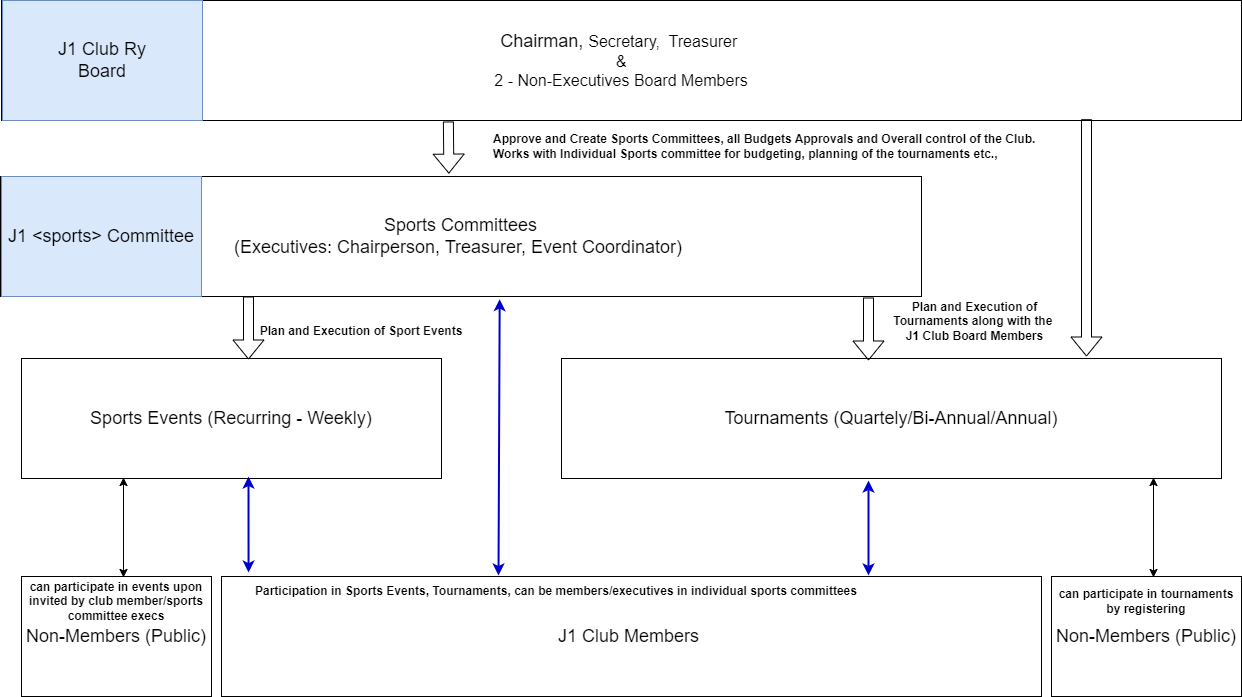
Above: docs/org-structure.drawio.png in j1clubry/j1club-docs-site (draw.io), before the change. Source tidied: cells renumbered, new cells last; positions are measured from the earlier drawing's top-left corner, leaving out a move shared by most shapes. Its diagram source:
```xml
<mxGraphModel>
  <root>
    <mxCell id="0" />
    <mxCell id="1" parent="0" />
    <mxCell id="2" value="&lt;font style=&quot;font-size: 18px;&quot;&gt;Chairman,&amp;nbsp;&lt;/font&gt;&lt;font style=&quot;background-color: initial;&quot; size=&quot;3&quot;&gt;Secretary,&amp;nbsp;&amp;nbsp;&lt;/font&gt;&lt;span style=&quot;background-color: initial; font-size: medium;&quot;&gt;Treasurer&amp;nbsp;&lt;/span&gt;&lt;div&gt;&lt;span style=&quot;background-color: initial; font-size: medium;&quot;&gt;&amp;amp;&lt;/span&gt;&lt;/div&gt;&lt;div&gt;&lt;div&gt;&lt;font size=&quot;3&quot;&gt;2 - Non-Executives Board Members&lt;/font&gt;&lt;/div&gt;&lt;/div&gt;" style="rounded=0;whiteSpace=wrap;html=1;" parent="1" vertex="1">
      <mxGeometry x="1" width="1240" height="120" as="geometry" />
    </mxCell>
    <mxCell id="3" value="&lt;span style=&quot;font-size: 18px;&quot;&gt;Sports Committees&lt;/span&gt;&lt;div&gt;&lt;span style=&quot;font-size: 18px;&quot;&gt;(Executives: Chairperson, Treasurer, Event Coordinator)&amp;nbsp;&lt;/span&gt;&lt;/div&gt;" style="rounded=0;whiteSpace=wrap;html=1;" parent="1" vertex="1">
      <mxGeometry y="176" width="921" height="120" as="geometry" />
    </mxCell>
    <mxCell id="4" value="&lt;span style=&quot;font-size: 18px;&quot;&gt;Sports Events (Recurring - Weekly)&lt;/span&gt;" style="rounded=0;whiteSpace=wrap;html=1;" parent="1" vertex="1">
      <mxGeometry x="21" y="358" width="420" height="120" as="geometry" />
    </mxCell>
    <mxCell id="5" value="&lt;span style=&quot;font-size: 18px;&quot;&gt;Tournaments (Quartely/Bi-Annual/Annual)&lt;/span&gt;" style="rounded=0;whiteSpace=wrap;html=1;" parent="1" vertex="1">
      <mxGeometry x="561" y="358" width="660" height="120" as="geometry" />
    </mxCell>
    <mxCell id="6" value="&lt;span style=&quot;font-size: 18px;&quot;&gt;J1 Club Members&amp;nbsp;&lt;/span&gt;" style="rounded=0;whiteSpace=wrap;html=1;" parent="1" vertex="1">
      <mxGeometry x="221" y="576" width="820" height="120" as="geometry" />
    </mxCell>
    <mxCell id="7" style="shape=flexArrow;endArrow=classic;html=1;rounded=0;entryX=0.489;entryY=-0.024;entryDx=0;entryDy=0;entryPerimeter=0;exitX=0.362;exitY=1.008;exitDx=0;exitDy=0;exitPerimeter=0;" parent="1" edge="1">
      <mxGeometry relative="1" as="geometry">
        <mxPoint x="447.9" y="121" as="sourcePoint" />
        <mxPoint x="448.4" y="173.1" as="targetPoint" />
      </mxGeometry>
    </mxCell>
    <mxCell id="8" style="shape=flexArrow;endArrow=classic;html=1;rounded=0;" parent="1" edge="1">
      <mxGeometry relative="1" as="geometry">
        <mxPoint x="248" y="296" as="sourcePoint" />
        <mxPoint x="248" y="359" as="targetPoint" />
      </mxGeometry>
    </mxCell>
    <mxCell id="9" style="shape=flexArrow;endArrow=classic;html=1;rounded=0;exitX=0.875;exitY=0.989;exitDx=0;exitDy=0;exitPerimeter=0;" parent="1" edge="1" source="2">
      <mxGeometry relative="1" as="geometry">
        <mxPoint x="1086" y="356" as="targetPoint" />
      </mxGeometry>
    </mxCell>
    <mxCell id="10" style="shape=flexArrow;endArrow=classic;html=1;rounded=0;" parent="1" edge="1">
      <mxGeometry relative="1" as="geometry">
        <mxPoint x="868" y="297" as="sourcePoint" />
        <mxPoint x="868" y="360" as="targetPoint" />
      </mxGeometry>
    </mxCell>
    <mxCell id="11" value="&lt;span style=&quot;font-size: 18px;&quot;&gt;J1 Club Ry&lt;/span&gt;&lt;div&gt;&lt;span style=&quot;font-size: 18px;&quot;&gt;Board&lt;/span&gt;&lt;/div&gt;" style="rounded=0;whiteSpace=wrap;html=1;fillColor=#dae8fc;strokeColor=#6c8ebf;" parent="1" vertex="1">
      <mxGeometry x="2" width="200" height="120" as="geometry" />
    </mxCell>
    <mxCell id="12" value="&lt;span style=&quot;font-size: 18px;&quot;&gt;J1 &amp;lt;sports&amp;gt; Committee&lt;/span&gt;" style="rounded=0;whiteSpace=wrap;html=1;fillColor=#dae8fc;strokeColor=#6c8ebf;" parent="1" vertex="1">
      <mxGeometry x="1" y="176" width="200" height="120" as="geometry" />
    </mxCell>
    <mxCell id="13" style="endArrow=classic;startArrow=classic;html=1;rounded=0;exitX=0.033;exitY=-0.033;exitDx=0;exitDy=0;exitPerimeter=0;strokeColor=#0000CC;jumpSize=24;endSize=6;startSize=6;strokeWidth=2;" parent="1" edge="1" source="6">
      <mxGeometry relative="1" as="geometry">
        <mxPoint x="248" y="476" as="targetPoint" />
      </mxGeometry>
    </mxCell>
    <mxCell id="14" style="endArrow=classic;startArrow=classic;html=1;rounded=0;exitX=0.199;exitY=-0.005;exitDx=0;exitDy=0;exitPerimeter=0;entryX=0.478;entryY=1.015;entryDx=0;entryDy=0;entryPerimeter=0;strokeColor=#0000CC;jumpSize=24;endSize=6;startSize=6;strokeWidth=2;" parent="1" edge="1">
      <mxGeometry relative="1" as="geometry">
        <mxPoint x="868" y="575" as="sourcePoint" />
        <mxPoint x="868" y="480" as="targetPoint" />
      </mxGeometry>
    </mxCell>
    <mxCell id="15" style="endArrow=classic;startArrow=classic;html=1;rounded=0;exitX=0.199;exitY=-0.005;exitDx=0;exitDy=0;exitPerimeter=0;entryX=0.542;entryY=1.022;entryDx=0;entryDy=0;entryPerimeter=0;strokeColor=#0000CC;jumpSize=24;endSize=6;startSize=6;strokeWidth=2;" parent="1" edge="1" target="3">
      <mxGeometry relative="1" as="geometry">
        <mxPoint x="498" y="575" as="sourcePoint" />
      </mxGeometry>
    </mxCell>
    <mxCell id="16" value="&lt;b&gt;Approve and Create Sports Committees,&amp;nbsp;&lt;/b&gt;&lt;b style=&quot;background-color: initial;&quot;&gt;all Budgets Approvals and Overall control of the Club.&amp;nbsp;&lt;/b&gt;&lt;div&gt;&lt;b&gt;Works with Individual Sports committee for budgeting, planning of the tournaments etc.,&lt;/b&gt;&lt;/div&gt;" style="text;html=1;align=left;verticalAlign=middle;whiteSpace=wrap;rounded=0;" parent="1" vertex="1">
      <mxGeometry x="491" y="131" width="580" height="30" as="geometry" />
    </mxCell>
    <mxCell id="17" value="&lt;b&gt;Plan and Execution of Sport Events&lt;/b&gt;" style="text;html=1;align=center;verticalAlign=middle;whiteSpace=wrap;rounded=0;" parent="1" vertex="1">
      <mxGeometry x="251" y="316" width="220" height="30" as="geometry" />
    </mxCell>
    <mxCell id="18" value="&lt;b&gt;Plan and Execution of Tournaments along with the&amp;nbsp;&lt;/b&gt;&lt;div&gt;&lt;b&gt;J1 Club Board Members&lt;/b&gt;&lt;/div&gt;" style="text;html=1;align=center;verticalAlign=middle;whiteSpace=wrap;rounded=0;" parent="1" vertex="1">
      <mxGeometry x="884" y="306" width="181" height="30" as="geometry" />
    </mxCell>
    <mxCell id="19" value="&lt;b&gt;Participation in Sports Events, Tournaments, can be members/executives in individual sports committees&lt;/b&gt;" style="text;html=1;align=center;verticalAlign=middle;whiteSpace=wrap;rounded=0;" parent="1" vertex="1">
      <mxGeometry x="201" y="576" width="710" height="30" as="geometry" />
    </mxCell>
    <mxCell id="20" value="&lt;span style=&quot;font-size: 18px;&quot;&gt;Non-Members (Public)&lt;/span&gt;" style="rounded=0;whiteSpace=wrap;html=1;" parent="1" vertex="1">
      <mxGeometry x="1051" y="576" width="190" height="120" as="geometry" />
    </mxCell>
    <mxCell id="21" value="&lt;span style=&quot;font-size: 18px;&quot;&gt;Non-Members (Public)&lt;/span&gt;" style="rounded=0;whiteSpace=wrap;html=1;" parent="1" vertex="1">
      <mxGeometry x="21" y="576" width="190" height="120" as="geometry" />
    </mxCell>
    <mxCell id="22" style="endArrow=classic;startArrow=classic;html=1;rounded=0;exitX=0.221;exitY=0.008;exitDx=0;exitDy=0;exitPerimeter=0;entryX=0.1;entryY=0.992;entryDx=0;entryDy=0;entryPerimeter=0;" parent="1" edge="1">
      <mxGeometry relative="1" as="geometry">
        <mxPoint x="123" y="577" as="sourcePoint" />
        <mxPoint x="123" y="477" as="targetPoint" />
      </mxGeometry>
    </mxCell>
    <mxCell id="23" style="endArrow=classic;startArrow=classic;html=1;rounded=0;exitX=0.221;exitY=0.008;exitDx=0;exitDy=0;exitPerimeter=0;entryX=0.1;entryY=0.992;entryDx=0;entryDy=0;entryPerimeter=0;" parent="1" edge="1">
      <mxGeometry relative="1" as="geometry">
        <mxPoint x="1153" y="577" as="sourcePoint" />
        <mxPoint x="1153" y="477" as="targetPoint" />
      </mxGeometry>
    </mxCell>
    <mxCell id="24" value="&lt;b&gt;can participate in events upon invited by club member/sports committee execs&lt;/b&gt;" style="text;html=1;align=center;verticalAlign=middle;whiteSpace=wrap;rounded=0;" parent="1" vertex="1">
      <mxGeometry x="11" y="586" width="210" height="30" as="geometry" />
    </mxCell>
    <mxCell id="25" value="&lt;b&gt;can participate in tournaments by registering&lt;/b&gt;" style="text;html=1;align=center;verticalAlign=middle;whiteSpace=wrap;rounded=0;" parent="1" vertex="1">
      <mxGeometry x="1051" y="586" width="190" height="30" as="geometry" />
    </mxCell>
  </root>
</mxGraphModel>
```
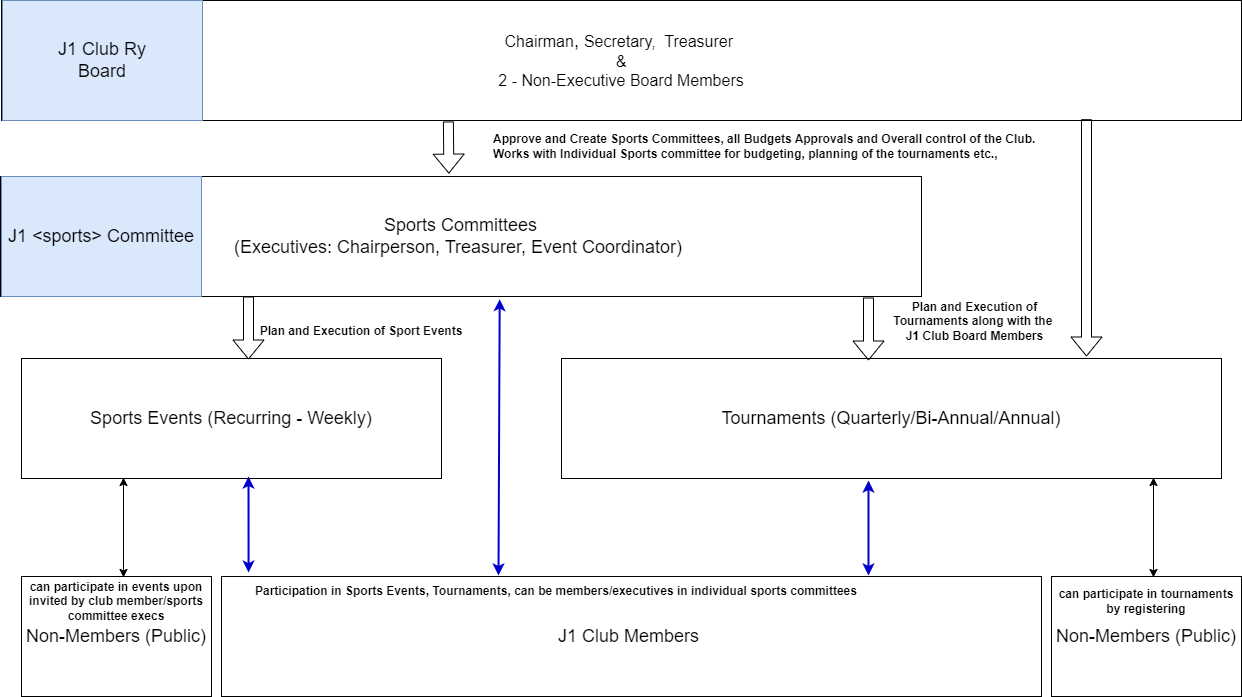
Above is the later version.

The edit, as a diff of the source:
```diff
@@ -2,7 +2,7 @@
   <root>
     <mxCell id="0" />
     <mxCell id="1" parent="0" />
-    <mxCell id="2" value="&lt;font style=&quot;font-size: 18px;&quot;&gt;Chairman,&amp;nbsp;&lt;/font&gt;&lt;font style=&quot;background-color: initial;&quot; size=&quot;3&quot;&gt;Secretary,&amp;nbsp;&amp;nbsp;&lt;/font&gt;&lt;span style=&quot;background-color: initial; font-size: medium;&quot;&gt;Treasurer&amp;nbsp;&lt;/span&gt;&lt;div&gt;&lt;span style=&quot;background-color: initial; font-size: medium;&quot;&gt;&amp;amp;&lt;/span&gt;&lt;/div&gt;&lt;div&gt;&lt;div&gt;&lt;font size=&quot;3&quot;&gt;2 - Non-Executives Board Members&lt;/font&gt;&lt;/div&gt;&lt;/div&gt;" style="rounded=0;whiteSpace=wrap;html=1;" parent="1" vertex="1">
+    <mxCell id="2" value="&lt;font style=&quot;font-size: 18px;&quot;&gt;&lt;span style=&quot;font-size: medium;&quot;&gt;Chairman&lt;/span&gt;, &lt;/font&gt;&lt;font style=&quot;background-color: initial;&quot; size=&quot;3&quot;&gt;Secretary,&amp;nbsp;&amp;nbsp;&lt;/font&gt;&lt;span style=&quot;background-color: initial; font-size: medium;&quot;&gt;Treasurer&amp;nbsp;&lt;/span&gt;&lt;div&gt;&lt;span style=&quot;background-color: initial; font-size: medium;&quot;&gt;&amp;amp;&lt;/span&gt;&lt;/div&gt;&lt;div&gt;&lt;div&gt;&lt;font size=&quot;3&quot;&gt;2 - Non-Executive Board Members&lt;/font&gt;&lt;/div&gt;&lt;/div&gt;" style="rounded=0;whiteSpace=wrap;html=1;" parent="1" vertex="1">
       <mxGeometry x="1" width="1240" height="120" as="geometry" />
     </mxCell>
     <mxCell id="3" value="&lt;span style=&quot;font-size: 18px;&quot;&gt;Sports Committees&lt;/span&gt;&lt;div&gt;&lt;span style=&quot;font-size: 18px;&quot;&gt;(Executives: Chairperson, Treasurer, Event Coordinator)&amp;nbsp;&lt;/span&gt;&lt;/div&gt;" style="rounded=0;whiteSpace=wrap;html=1;" parent="1" vertex="1">
@@ -11,7 +11,7 @@
     <mxCell id="4" value="&lt;span style=&quot;font-size: 18px;&quot;&gt;Sports Events (Recurring - Weekly)&lt;/span&gt;" style="rounded=0;whiteSpace=wrap;html=1;" parent="1" vertex="1">
       <mxGeometry x="21" y="358" width="420" height="120" as="geometry" />
     </mxCell>
-    <mxCell id="5" value="&lt;span style=&quot;font-size: 18px;&quot;&gt;Tournaments (Quartely/Bi-Annual/Annual)&lt;/span&gt;" style="rounded=0;whiteSpace=wrap;html=1;" parent="1" vertex="1">
+    <mxCell id="5" value="&lt;span style=&quot;font-size: 18px;&quot;&gt;Tournaments (Quarterly/Bi-Annual/Annual)&lt;/span&gt;" style="rounded=0;whiteSpace=wrap;html=1;" parent="1" vertex="1">
       <mxGeometry x="561" y="358" width="660" height="120" as="geometry" />
     </mxCell>
     <mxCell id="6" value="&lt;span style=&quot;font-size: 18px;&quot;&gt;J1 Club Members&amp;nbsp;&lt;/span&gt;" style="rounded=0;whiteSpace=wrap;html=1;" parent="1" vertex="1">
```
